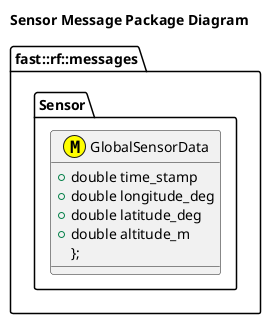
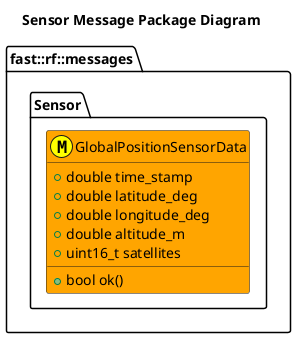
@startuml
title Sensor Message Package Diagram

namespace fast::rf::messages {

  namespace Sensor  {
-     class GlobalSensorData <<(M,#FFFF00)>>  {
+     class GlobalPositionSensorData <<(M,#FFFF00)>> #Orange {
      +double time_stamp
+       +double latitude_deg
      +double longitude_deg
-       +double latitude_deg
      +double altitude_m
-     };
+       +uint16_t satellites
+       +bool ok()
+     }
}
@enduml